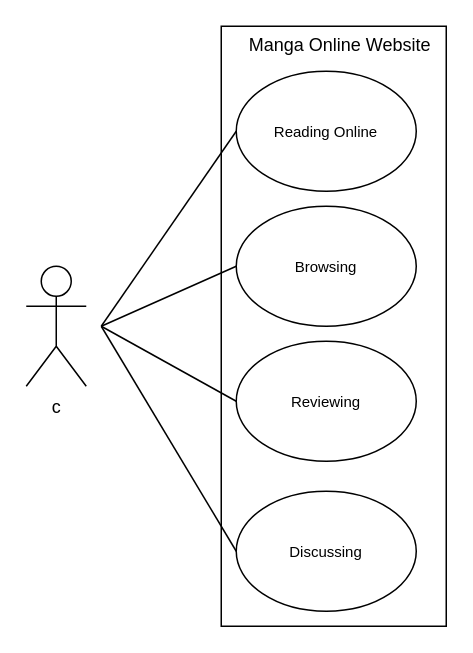
Earlier version of the draw.io diagram Untitled Diagram.drawio (Sotatek-HoangNguyen4/Sotatek-HoangNguyen4). Source tidied: cells renumbered, new cells numbered last; positions are measured from the earlier drawing's top-left corner, leaving out a move shared by most shapes. Both pictures are drawn from the tidied source at 150%, with x=0, y=0 at pixel (26, 26).
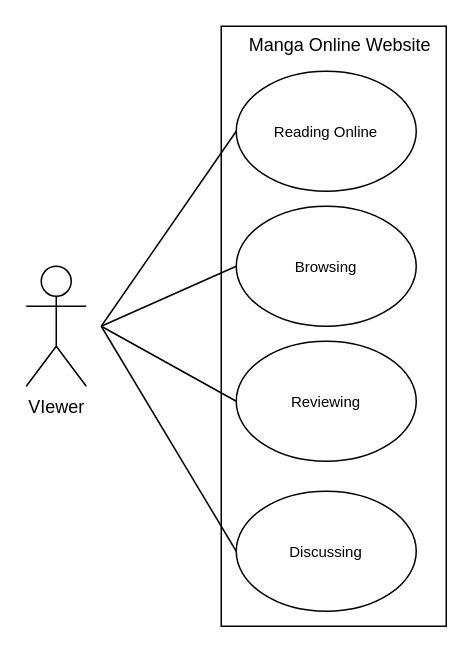
The same diagram, later.

Diff of the diagram source:
```diff
@@
 <mxGraphModel>
   <root>
     <mxCell id="0" />
     <mxCell id="1" parent="0" />
     <mxCell id="2" value="Manga Online Website" style="rounded=0;whiteSpace=wrap;html=1;align=right;labelPosition=left;verticalLabelPosition=top;verticalAlign=bottom;horizontal=1;spacing=-20;spacingLeft=0;spacingRight=-120;" parent="1" vertex="1">
       <mxGeometry x="130" width="150" height="400" as="geometry" />
     </mxCell>
     <mxCell id="3" value="&lt;font size=&quot;1&quot;&gt;Reading Online&lt;/font&gt;" style="ellipse;whiteSpace=wrap;html=1;" parent="1" vertex="1">
       <mxGeometry x="140" y="30" width="120" height="80" as="geometry" />
     </mxCell>
     <mxCell id="4" value="&lt;font size=&quot;1&quot;&gt;Browsing&lt;/font&gt;" style="ellipse;whiteSpace=wrap;html=1;" parent="1" vertex="1">
       <mxGeometry x="140" y="120" width="120" height="80" as="geometry" />
     </mxCell>
     <mxCell id="5" value="&lt;font size=&quot;1&quot;&gt;Discussing&lt;/font&gt;" style="ellipse;whiteSpace=wrap;html=1;" parent="1" vertex="1">
       <mxGeometry x="140" y="310" width="120" height="80" as="geometry" />
     </mxCell>
     <mxCell id="6" value="&lt;font size=&quot;1&quot;&gt;Reviewing&lt;/font&gt;" style="ellipse;whiteSpace=wrap;html=1;" parent="1" vertex="1">
       <mxGeometry x="140" y="210" width="120" height="80" as="geometry" />
     </mxCell>
-    <mxCell id="7" value="c" style="shape=umlActor;verticalLabelPosition=bottom;verticalAlign=top;html=1;" parent="1" vertex="1">
+    <mxCell id="7" value="VIewer" style="shape=umlActor;verticalLabelPosition=bottom;verticalAlign=top;html=1;" parent="1" vertex="1">
       <mxGeometry y="160" width="40" height="80" as="geometry" />
     </mxCell>
     <mxCell id="8" style="endArrow=none;html=1;entryX=0;entryY=0.5;entryDx=0;entryDy=0;" parent="1" edge="1" target="4">
       <mxGeometry relative="1" as="geometry">
         <mxPoint x="50" y="200" as="sourcePoint" />
       </mxGeometry>
     </mxCell>
     <mxCell id="9" style="endArrow=none;html=1;entryX=0;entryY=0.5;entryDx=0;entryDy=0;" parent="1" edge="1" target="6">
       <mxGeometry relative="1" as="geometry">
         <mxPoint x="50" y="200" as="sourcePoint" />
       </mxGeometry>
     </mxCell>
     <mxCell id="10" style="endArrow=none;html=1;entryX=0;entryY=0.5;entryDx=0;entryDy=0;" parent="1" edge="1" target="5">
       <mxGeometry relative="1" as="geometry">
         <mxPoint x="50" y="200" as="sourcePoint" />
       </mxGeometry>
     </mxCell>
     <mxCell id="11" style="endArrow=none;html=1;entryX=0;entryY=0.5;entryDx=0;entryDy=0;" parent="1" edge="1" target="3">
       <mxGeometry relative="1" as="geometry">
         <mxPoint x="50" y="200" as="sourcePoint" />
       </mxGeometry>
     </mxCell>
   </root>
 </mxGraphModel>
```
